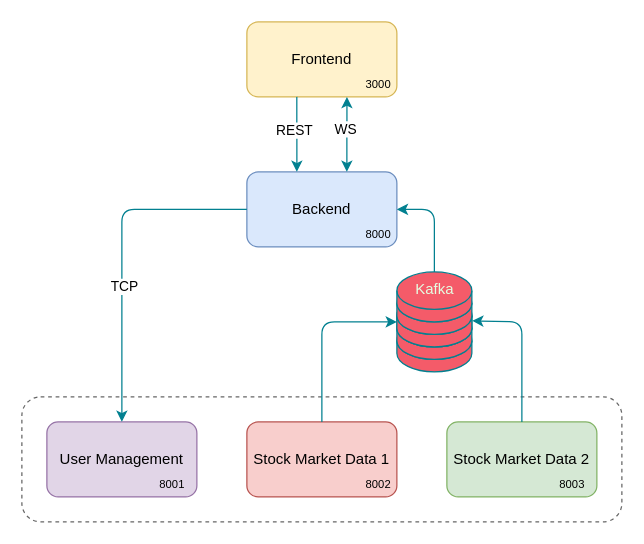
Earlier version of the draw.io diagram docs/diagram.drawio (phmz/techclub-microservices). Source tidied: cells renumbered, new cells numbered last; positions are measured from the earlier drawing's top-left corner, leaving out a move shared by most shapes. Both pictures are drawn from the tidied source at 125%, with x=0, y=0 at pixel (21, 21).
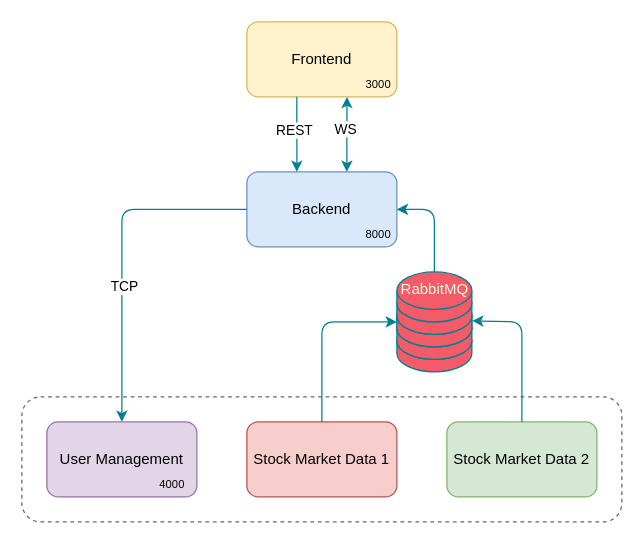
Above is the later version.

Diff of the diagram source:
```diff
@@
-    <mxCell id="17" value="Kafka" style="text;html=1;align=center;verticalAlign=middle;strokeColor=none;fillColor=none;fontColor=#E4FDE1;" parent="1" vertex="1">
-      <mxGeometry x="305" y="204" width="50" height="20" as="geometry" />
+    <mxCell id="17" value="RabbitMQ" style="text;html=1;align=center;verticalAlign=middle;strokeColor=none;fillColor=none;fontColor=#E4FDE1;" parent="1" vertex="1">
+      <mxGeometry x="290" y="199" width="80" height="30" as="geometry" />
     </mxCell>
@@
-    <mxCell id="26" value="8002" style="text;html=1;align=center;verticalAlign=middle;strokeColor=none;fillColor=none;fontSize=9;" parent="1" vertex="1">
-      <mxGeometry x="265" y="360" width="40" height="20" as="geometry" />
-    </mxCell>
-    <mxCell id="27" value="8001" style="text;html=1;align=center;verticalAlign=middle;strokeColor=none;fillColor=none;fontSize=9;" parent="1" vertex="1">
+    <mxCell id="27" value="4000" style="text;html=1;align=center;verticalAlign=middle;strokeColor=none;fillColor=none;fontSize=9;" parent="1" vertex="1">
       <mxGeometry x="100" y="360" width="40" height="20" as="geometry" />
     </mxCell>
-    <mxCell id="28" value="8003" style="text;html=1;align=center;verticalAlign=middle;strokeColor=none;fillColor=none;fontSize=9;" parent="1" vertex="1">
-      <mxGeometry x="420" y="360" width="40" height="20" as="geometry" />
-    </mxCell>
```
